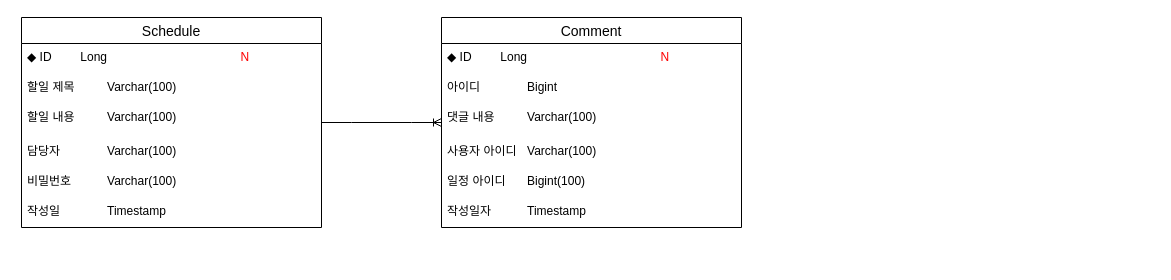
Earlier version of the draw.io diagram ERD.drawio (kwj0605/ToDoApp). Source tidied: cells renumbered, new cells numbered last; positions are measured from the earlier drawing's top-left corner, leaving out a move shared by most shapes. Both pictures are drawn from the tidied source at 100%, with x=0, y=0 at pixel (21, 17).
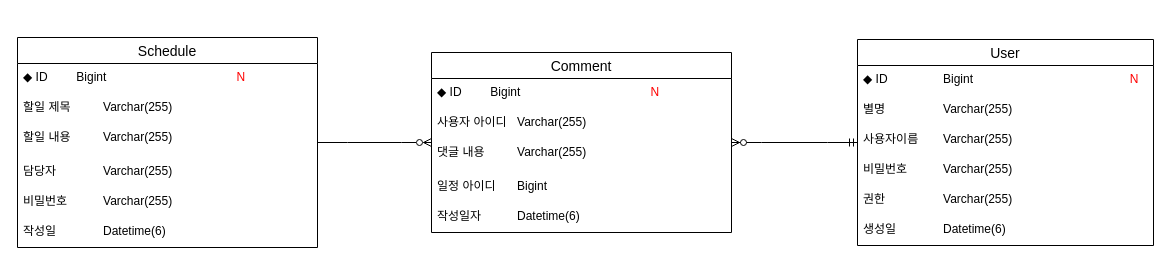
After the change.

Unchanged cells that the change refers to:
```xml
<mxCell id="3" value="Schedule" style="swimlane;fontStyle=0;horizontal=1;startSize=26;align=center;fontSize=14;" parent="2" vertex="1">
  <mxGeometry width="300" height="210" as="geometry" />
</mxCell>
```

What changed in the source:
```diff
@@
     <mxCell id="2" style="group;" parent="1" vertex="1">
-      <mxGeometry width="300" height="210" as="geometry" />
+      <mxGeometry x="-4" y="20" width="300" height="210" as="geometry" />
     </mxCell>
@@
-    <mxCell id="4" value="◆ ID&lt;span style=&quot;white-space: pre;&quot;&gt;&#9;&lt;/span&gt;&lt;span style=&quot;white-space: pre;&quot;&gt;&#9;&lt;/span&gt;Long&lt;span style=&quot;white-space: pre;&quot;&gt;&#9;&lt;/span&gt;&lt;span style=&quot;white-space: pre;&quot;&gt;&#9;&lt;/span&gt;&lt;span style=&quot;white-space: pre;&quot;&gt;&#9;&lt;/span&gt;&lt;span style=&quot;white-space: pre;&quot;&gt;&#9;&lt;/span&gt;&lt;span style=&quot;white-space: pre;&quot;&gt;&#9;&lt;/span&gt;&lt;font color=&quot;#ff0000&quot;&gt;N&lt;/font&gt;" style="text;strokeColor=none;fillColor=none;spacingLeft=4;spacingRight=4;overflow=hidden;fontSize=12;whiteSpace=wrap;html=1;" parent="3" vertex="1">
+    <mxCell id="4" value="◆ ID&lt;span style=&quot;white-space: pre;&quot;&gt;&#9;&lt;/span&gt;&lt;span style=&quot;white-space: pre;&quot;&gt;&#9;&lt;/span&gt;Bigint&lt;span style=&quot;white-space: pre;&quot;&gt;&#9;&lt;/span&gt;&lt;span style=&quot;white-space: pre;&quot;&gt;&#9;&lt;/span&gt;&lt;span style=&quot;white-space: pre;&quot;&gt;&#9;&lt;/span&gt;&lt;span style=&quot;white-space: pre;&quot;&gt;&#9;&lt;/span&gt;&lt;span style=&quot;white-space: pre;&quot;&gt;&#9;&lt;/span&gt;&lt;font color=&quot;#ff0000&quot;&gt;N&lt;/font&gt;" style="text;strokeColor=none;fillColor=none;spacingLeft=4;spacingRight=4;overflow=hidden;fontSize=12;whiteSpace=wrap;html=1;" parent="3" vertex="1">
       <mxGeometry y="26" width="300" height="30" as="geometry" />
     </mxCell>
-    <mxCell id="5" value="할일 제목&lt;span style=&quot;white-space: pre;&quot;&gt;&#9;&lt;/span&gt;&lt;span style=&quot;white-space: pre;&quot;&gt;&#9;&lt;/span&gt;Varchar(100)" style="text;strokeColor=none;fillColor=none;spacingLeft=4;spacingRight=4;overflow=hidden;fontSize=12;whiteSpace=wrap;html=1;" parent="3" vertex="1">
+    <mxCell id="5" value="할일 제목&lt;span style=&quot;white-space: pre;&quot;&gt;&#9;&lt;/span&gt;&lt;span style=&quot;white-space: pre;&quot;&gt;&#9;&lt;/span&gt;Varchar(255)" style="text;strokeColor=none;fillColor=none;spacingLeft=4;spacingRight=4;overflow=hidden;fontSize=12;whiteSpace=wrap;html=1;" parent="3" vertex="1">
       <mxGeometry y="56" width="300" height="30" as="geometry" />
     </mxCell>
-    <mxCell id="6" value="할일 내용&lt;span style=&quot;white-space: pre;&quot;&gt;&#9;&lt;/span&gt;&lt;span style=&quot;white-space: pre;&quot;&gt;&#9;&lt;/span&gt;Varchar(100)" style="text;strokeColor=none;fillColor=none;spacingLeft=4;spacingRight=4;overflow=hidden;fontSize=12;whiteSpace=wrap;html=1;" parent="3" vertex="1">
-      <mxGeometry y="86" width="300" height="124" as="geometry" />
+    <mxCell id="6" value="할일 내용&lt;span style=&quot;white-space: pre;&quot;&gt;&#9;&lt;/span&gt;&lt;span style=&quot;white-space: pre;&quot;&gt;&#9;&lt;/span&gt;Varchar(255)" style="text;strokeColor=none;fillColor=none;spacingLeft=4;spacingRight=4;overflow=hidden;fontSize=12;whiteSpace=wrap;html=1;" parent="3" vertex="1">
+      <mxGeometry y="86" width="300" height="34" as="geometry" />
     </mxCell>
-    <mxCell id="7" value="담당자&lt;span style=&quot;white-space: pre;&quot;&gt;&#9;&lt;/span&gt;&lt;span style=&quot;white-space: pre;&quot;&gt;&#9;&lt;/span&gt;Varchar(100)" style="text;strokeColor=none;fillColor=none;spacingLeft=4;spacingRight=4;overflow=hidden;fontSize=12;whiteSpace=wrap;html=1;" parent="2" vertex="1">
+    <mxCell id="7" value="담당자&lt;span style=&quot;white-space: pre;&quot;&gt;&#9;&lt;/span&gt;&lt;span style=&quot;white-space: pre;&quot;&gt;&#9;&lt;/span&gt;Varchar(255)" style="text;strokeColor=none;fillColor=none;spacingLeft=4;spacingRight=4;overflow=hidden;fontSize=12;whiteSpace=wrap;html=1;" parent="3" vertex="1">
       <mxGeometry y="120" width="300" height="30" as="geometry" />
     </mxCell>
-    <mxCell id="8" value="비밀번호&amp;nbsp;&lt;span style=&quot;white-space: pre;&quot;&gt;&#9;&lt;/span&gt;&lt;span style=&quot;white-space: pre;&quot;&gt;&#9;&lt;/span&gt;Varchar(100)" style="text;strokeColor=none;fillColor=none;spacingLeft=4;spacingRight=4;overflow=hidden;fontSize=12;whiteSpace=wrap;html=1;" parent="2" vertex="1">
+    <mxCell id="8" value="비밀번호&amp;nbsp;&lt;span style=&quot;white-space: pre;&quot;&gt;&#9;&lt;/span&gt;&lt;span style=&quot;white-space: pre;&quot;&gt;&#9;&lt;/span&gt;Varchar(255)" style="text;strokeColor=none;fillColor=none;spacingLeft=4;spacingRight=4;overflow=hidden;fontSize=12;whiteSpace=wrap;html=1;" parent="3" vertex="1">
       <mxGeometry y="150" width="300" height="30" as="geometry" />
     </mxCell>
-    <mxCell id="9" value="작성일&amp;nbsp;&lt;span style=&quot;white-space: pre;&quot;&gt;&#9;&lt;/span&gt;&lt;span style=&quot;white-space: pre;&quot;&gt;&#9;&lt;/span&gt;Timestamp" style="text;strokeColor=none;fillColor=none;spacingLeft=4;spacingRight=4;overflow=hidden;fontSize=12;whiteSpace=wrap;html=1;" parent="2" vertex="1">
+    <mxCell id="9" value="작성일&amp;nbsp;&lt;span style=&quot;white-space: pre;&quot;&gt;&#9;&lt;/span&gt;&lt;span style=&quot;white-space: pre;&quot;&gt;&#9;&lt;/span&gt;Datetime(6)" style="text;strokeColor=none;fillColor=none;spacingLeft=4;spacingRight=4;overflow=hidden;fontSize=12;whiteSpace=wrap;html=1;" parent="3" vertex="1">
       <mxGeometry y="180" width="300" height="30" as="geometry" />
     </mxCell>
     <mxCell id="10" style="group;" parent="1" vertex="1">
-      <mxGeometry x="420" width="300" height="210" as="geometry" />
+      <mxGeometry x="410" y="35" width="300" height="210" as="geometry" />
     </mxCell>
     <mxCell id="11" value="Comment" style="swimlane;fontStyle=0;horizontal=1;startSize=26;align=center;fontSize=14;" parent="10" vertex="1">
-      <mxGeometry width="300" height="210" as="geometry" />
+      <mxGeometry width="300" height="180" as="geometry" />
     </mxCell>
-    <mxCell id="12" value="◆ ID&lt;span style=&quot;white-space: pre;&quot;&gt;&#9;&lt;/span&gt;&lt;span style=&quot;white-space: pre;&quot;&gt;&#9;&lt;/span&gt;Long&lt;span style=&quot;white-space: pre;&quot;&gt;&#9;&lt;/span&gt;&lt;span style=&quot;white-space: pre;&quot;&gt;&#9;&lt;/span&gt;&lt;span style=&quot;white-space: pre;&quot;&gt;&#9;&lt;/span&gt;&lt;span style=&quot;white-space: pre;&quot;&gt;&#9;&lt;/span&gt;&lt;span style=&quot;white-space: pre;&quot;&gt;&#9;&lt;/span&gt;&lt;font color=&quot;#ff0000&quot;&gt;N&lt;/font&gt;" style="text;strokeColor=none;fillColor=none;spacingLeft=4;spacingRight=4;overflow=hidden;fontSize=12;whiteSpace=wrap;html=1;" parent="11" vertex="1">
-      <mxGeometry y="26" width="300" height="30" as="geometry" />
-    </mxCell>
-    <mxCell id="13" value="아이디&lt;span style=&quot;white-space: pre;&quot;&gt;&#9;&lt;/span&gt;&lt;span style=&quot;white-space: pre;&quot;&gt;&#9;&lt;/span&gt;Bigint" style="text;strokeColor=none;fillColor=none;spacingLeft=4;spacingRight=4;overflow=hidden;fontSize=12;whiteSpace=wrap;html=1;" parent="11" vertex="1">
-      <mxGeometry y="56" width="300" height="30" as="geometry" />
+    <mxCell id="13" value="◆ ID&lt;span style=&quot;white-space: pre;&quot;&gt;&#9;&lt;/span&gt;&lt;span style=&quot;white-space: pre;&quot;&gt;&#9;&lt;/span&gt;Bigint&lt;span style=&quot;white-space: pre;&quot;&gt;&#9;&lt;/span&gt;&lt;span style=&quot;white-space: pre;&quot;&gt;&#9;&lt;/span&gt;&lt;span style=&quot;white-space: pre;&quot;&gt;&#9;&lt;/span&gt;&lt;span style=&quot;white-space: pre;&quot;&gt;&#9;&lt;/span&gt;&lt;span style=&quot;white-space: pre;&quot;&gt;&#9;&lt;/span&gt;&lt;font color=&quot;#ff0000&quot;&gt;N&lt;/font&gt;" style="text;strokeColor=none;fillColor=none;spacingLeft=4;spacingRight=4;overflow=hidden;fontSize=12;whiteSpace=wrap;html=1;" parent="11" vertex="1">
+      <mxGeometry y="26" width="300" height="30" as="geometry" />
     </mxCell>
+    <mxCell id="15" value="사용자 아이디&lt;span style=&quot;white-space: pre;&quot;&gt;&#9;&lt;/span&gt;Varchar(255)" style="text;strokeColor=none;fillColor=none;spacingLeft=4;spacingRight=4;overflow=hidden;fontSize=12;whiteSpace=wrap;html=1;" parent="11" vertex="1">
+      <mxGeometry y="56" width="300" height="30" as="geometry" />
+    </mxCell>
-    <mxCell id="14" value="댓글 내용&lt;span style=&quot;white-space: pre;&quot;&gt;&#9;&lt;/span&gt;&lt;span style=&quot;white-space: pre;&quot;&gt;&#9;&lt;/span&gt;Varchar(100)" style="text;strokeColor=none;fillColor=none;spacingLeft=4;spacingRight=4;overflow=hidden;fontSize=12;whiteSpace=wrap;html=1;" parent="11" vertex="1">
-      <mxGeometry y="86" width="300" height="124" as="geometry" />
+    <mxCell id="14" value="댓글 내용&lt;span style=&quot;white-space: pre;&quot;&gt;&#9;&lt;/span&gt;&lt;span style=&quot;white-space: pre;&quot;&gt;&#9;&lt;/span&gt;Varchar(255)" style="text;strokeColor=none;fillColor=none;spacingLeft=4;spacingRight=4;overflow=hidden;fontSize=12;whiteSpace=wrap;html=1;" parent="11" vertex="1">
+      <mxGeometry y="86" width="300" height="34" as="geometry" />
     </mxCell>
-    <mxCell id="15" value="사용자 아이디&lt;span style=&quot;white-space: pre;&quot;&gt;&#9;&lt;/span&gt;Varchar(100)" style="text;strokeColor=none;fillColor=none;spacingLeft=4;spacingRight=4;overflow=hidden;fontSize=12;whiteSpace=wrap;html=1;" parent="10" vertex="1">
-      <mxGeometry y="120" width="300" height="30" as="geometry" />
-    </mxCell>
-    <mxCell id="16" value="일정 아이디 &lt;span style=&quot;white-space: pre;&quot;&gt;&#9;&lt;/span&gt;Bigint(100)" style="text;strokeColor=none;fillColor=none;spacingLeft=4;spacingRight=4;overflow=hidden;fontSize=12;whiteSpace=wrap;html=1;" parent="10" vertex="1">
-      <mxGeometry y="150" width="300" height="30" as="geometry" />
+    <mxCell id="16" value="일정 아이디 &lt;span style=&quot;white-space: pre;&quot;&gt;&#9;&lt;/span&gt;Bigint" style="text;strokeColor=none;fillColor=none;spacingLeft=4;spacingRight=4;overflow=hidden;fontSize=12;whiteSpace=wrap;html=1;" parent="11" vertex="1">
+      <mxGeometry y="120" width="300" height="30" as="geometry" />
     </mxCell>
-    <mxCell id="17" value="작성일자&amp;nbsp;&lt;span style=&quot;white-space: pre;&quot;&gt;&#9;&lt;/span&gt;&lt;span style=&quot;white-space: pre;&quot;&gt;&#9;&lt;/span&gt;Timestamp" style="text;strokeColor=none;fillColor=none;spacingLeft=4;spacingRight=4;overflow=hidden;fontSize=12;whiteSpace=wrap;html=1;" parent="10" vertex="1">
-      <mxGeometry y="180" width="300" height="30" as="geometry" />
+    <mxCell id="17" value="작성일자&amp;nbsp;&lt;span style=&quot;white-space: pre;&quot;&gt;&#9;&lt;/span&gt;&lt;span style=&quot;white-space: pre;&quot;&gt;&#9;&lt;/span&gt;Datetime(6)" style="text;strokeColor=none;fillColor=none;spacingLeft=4;spacingRight=4;overflow=hidden;fontSize=12;whiteSpace=wrap;html=1;" parent="11" vertex="1">
+      <mxGeometry y="150" width="300" height="30" as="geometry" />
     </mxCell>
-    <mxCell id="18" style="edgeStyle=entityRelationEdgeStyle;fontSize=12;html=1;endArrow=ERoneToMany;rounded=0;" parent="1" edge="1" source="3" target="11">
+    <mxCell id="18" style="edgeStyle=entityRelationEdgeStyle;fontSize=12;html=1;endArrow=ERzeroToMany;rounded=0;endFill=0;" parent="1" edge="1" source="3" target="11">
       <mxGeometry relative="1" as="geometry" />
     </mxCell>
+    <mxCell id="19" value="User" style="swimlane;fontStyle=0;horizontal=1;startSize=26;align=center;fontSize=14;" parent="1" vertex="1">
+      <mxGeometry x="836" y="22" width="296" height="206" as="geometry" />
+    </mxCell>
+    <mxCell id="20" value="◆ ID&amp;nbsp;&lt;span style=&quot;white-space: pre;&quot;&gt;&#9;&lt;span style=&quot;white-space: pre;&quot;&gt;&#9;&lt;/span&gt;&lt;/span&gt;Bigint&amp;nbsp;&lt;span style=&quot;white-space: pre;&quot;&gt;&#9;&lt;/span&gt;&lt;span style=&quot;white-space: pre;&quot;&gt;&#9;&lt;span style=&quot;white-space: pre;&quot;&gt;&#9;&lt;/span&gt;&lt;span style=&quot;white-space: pre;&quot;&gt;&#9;&lt;/span&gt;&lt;span style=&quot;white-space: pre;&quot;&gt;&#9;&lt;/span&gt;&lt;span style=&quot;white-space: pre;&quot;&gt;&#9;&lt;/span&gt;&lt;/span&gt;&lt;font color=&quot;#ff0000&quot;&gt;N&lt;/font&gt;" style="text;strokeColor=none;fillColor=none;spacingLeft=4;spacingRight=4;overflow=hidden;fontSize=12;whiteSpace=wrap;html=1;" parent="19" vertex="1">
+      <mxGeometry y="26" width="296" height="30" as="geometry" />
+    </mxCell>
+    <mxCell id="21" value="별명&lt;span style=&quot;white-space: pre;&quot;&gt;&#9;&lt;/span&gt;&lt;span style=&quot;white-space: pre;&quot;&gt;&#9;&lt;span style=&quot;white-space: pre;&quot;&gt;&#9;&lt;/span&gt;&lt;/span&gt;Varchar(255)" style="text;strokeColor=none;fillColor=none;spacingLeft=4;spacingRight=4;overflow=hidden;fontSize=12;whiteSpace=wrap;html=1;" parent="19" vertex="1">
+      <mxGeometry y="56" width="296" height="30" as="geometry" />
+    </mxCell>
+    <mxCell id="22" value="사용자이름&lt;span style=&quot;white-space: pre;&quot;&gt;&#9;&lt;/span&gt;Varchar(255)" style="text;strokeColor=none;fillColor=none;spacingLeft=4;spacingRight=4;overflow=hidden;fontSize=12;whiteSpace=wrap;html=1;" parent="19" vertex="1">
+      <mxGeometry y="86" width="296" height="30" as="geometry" />
+    </mxCell>
+    <mxCell id="23" value="비밀번호&lt;span style=&quot;white-space: pre;&quot;&gt;&#9;&lt;span style=&quot;white-space: pre;&quot;&gt;&#9;&lt;/span&gt;&lt;/span&gt;Varchar(255)" style="text;strokeColor=none;fillColor=none;spacingLeft=4;spacingRight=4;overflow=hidden;fontSize=12;whiteSpace=wrap;html=1;" parent="19" vertex="1">
+      <mxGeometry y="116" width="296" height="30" as="geometry" />
+    </mxCell>
+    <mxCell id="24" value="권한&lt;span style=&quot;white-space: pre;&quot;&gt;&#9;&lt;span style=&quot;white-space: pre;&quot;&gt;&#9;&lt;span style=&quot;white-space: pre;&quot;&gt;&#9;&lt;/span&gt;&lt;/span&gt;&lt;/span&gt;Varchar(255)" style="text;strokeColor=none;fillColor=none;spacingLeft=4;spacingRight=4;overflow=hidden;fontSize=12;whiteSpace=wrap;html=1;" parent="19" vertex="1">
+      <mxGeometry y="146" width="296" height="30" as="geometry" />
+    </mxCell>
+    <mxCell id="25" value="생성일&lt;span style=&quot;white-space: pre;&quot;&gt;&#9;&lt;/span&gt;&lt;span style=&quot;white-space: pre;&quot;&gt;&#9;&lt;/span&gt;Datetime(6)" style="text;strokeColor=none;fillColor=none;spacingLeft=4;spacingRight=4;overflow=hidden;fontSize=12;whiteSpace=wrap;html=1;" parent="19" vertex="1">
+      <mxGeometry y="176" width="296" height="30" as="geometry" />
+    </mxCell>
+    <mxCell id="26" style="edgeStyle=entityRelationEdgeStyle;fontSize=12;html=1;endArrow=ERzeroToMany;startArrow=ERmandOne;rounded=0;" parent="1" edge="1" source="19" target="11">
+      <mxGeometry relative="1" as="geometry" />
+    </mxCell>
```
